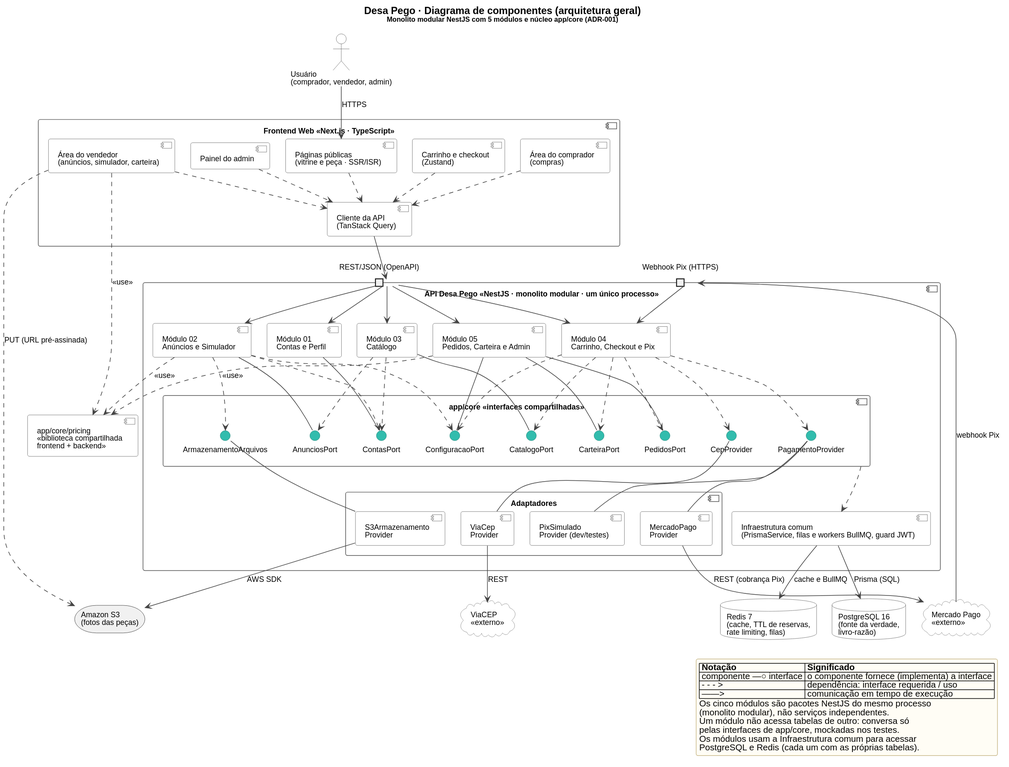
mariaclarapma/Desa-Pego keeps this PlantUML diagram as docs/uml/componentes/componentes-desa-pego.svg. Above is the earlier version. The source it was exported from:
```plantuml
@startuml
!include ../_estilo.iuml
set separator none
title Desa Pego · Diagrama de componentes (arquitetura geral)\n<size:11>Monolito modular NestJS com 5 módulos e núcleo app/core (ADR-001)</size>
skinparam componentStyle uml2
skinparam nodesep 25
skinparam ranksep 45

actor "Usuário\n(comprador, vendedor, admin)" as USR

component "Frontend Web «Next.js · TypeScript»" as FE {
  component "Páginas públicas\n(vitrine e peça · SSR/ISR)" as FE_PUB
  component "Carrinho e checkout\n(Zustand)" as FE_CHK
  component "Área do comprador\n(compras)" as FE_COMP
  component "Área do vendedor\n(anúncios, simulador, carteira)" as FE_VEND
  component "Painel do admin" as FE_ADM
  component "Cliente da API\n(TanStack Query)" as FE_API
}

component "app/core/pricing\n«biblioteca compartilhada\nfrontend + backend»" as PRICING

cloud "Mercado Pago\n«externo»" as MP

component "API Desa Pego «NestJS · monolito modular · um único processo»" as API {
  portin "REST/JSON (OpenAPI)" as P_REST
  portin "Webhook Pix (HTTPS)" as P_WH

  component "Módulo 01\nContas e Perfil" as M1
  component "Módulo 02\nAnúncios e Simulador" as M2
  component "Módulo 03\nCatálogo" as M3
  component "Módulo 04\nCarrinho, Checkout e Pix" as M4
  component "Módulo 05\nPedidos, Carteira e Admin" as M5

  component "app/core «interfaces compartilhadas»" as CORE {
    interface "ContasPort" as I_CONTAS
    interface "AnunciosPort" as I_ANUN
    interface "CatalogoPort" as I_CAT
    interface "PedidosPort" as I_PED
    interface "CarteiraPort" as I_CART
    interface "ConfiguracaoPort" as I_CONF
    interface "ArmazenamentoArquivos" as I_ARM
    interface "PagamentoProvider" as I_PAG
    interface "CepProvider" as I_CEP
  }

  component "Adaptadores" as ADP {
    component "S3Armazenamento\nProvider" as A_S3
    component "MercadoPago\nProvider" as A_MP
    component "PixSimulado\nProvider (dev/testes)" as A_SIM
    component "ViaCep\nProvider" as A_CEP
  }

  component "Infraestrutura comum\n(PrismaService, filas e workers BullMQ, guard JWT)" as INFRA
}

database "PostgreSQL 16\n(fonte da verdade,\nlivro-razão)" as PG
database "Redis 7\n(cache, TTL de reservas,\nrate limiting, filas)" as REDIS
storage "Amazon S3\n(fotos das peças)" as S3
cloud "ViaCEP\n«externo»" as VIACEP

USR --> FE_PUB : HTTPS
FE_PUB ..> FE_API
FE_CHK ..> FE_API
FE_COMP ..> FE_API
FE_VEND ..> FE_API
FE_ADM ..> FE_API
FE_VEND ..> PRICING : <<use>>
FE_VEND ..> S3 : PUT (URL pré-assinada)
FE_API --> P_REST

P_REST --> M1
P_REST --> M2
P_REST --> M3
P_REST --> M4
P_REST --> M5
MP --> P_WH : webhook Pix
P_WH --> M4

M1 -- I_CONTAS
M2 -- I_ANUN
M3 -- I_CAT
M5 -- I_PED
M5 -- I_CART
M5 -- I_CONF

M2 ..> I_CONTAS
M3 ..> I_CONTAS
M3 ..> I_ANUN
M2 ..> I_CONF
M4 ..> I_CAT
M4 ..> I_PED
M4 ..> I_CART
M4 ..> I_CONF
M2 ..> I_ARM
M4 ..> I_PAG
M4 ..> I_CEP
M2 ..> PRICING : <<use>>
M5 ..> PRICING : <<use>>

I_ARM -- A_S3
I_PAG -- A_MP
I_PAG -- A_SIM
I_CEP -- A_CEP

CORE ..> INFRA
A_S3 --> S3 : AWS SDK
A_MP --> MP : REST (cobrança Pix)
A_CEP --> VIACEP : REST
INFRA --> PG : Prisma (SQL)
INFRA --> REDIS : cache e BullMQ

legend bottom right
  |= Notação |= Significado |
  | componente —○ interface | o componente fornece (implementa) a interface |
  | - - - > | dependência: interface requerida / uso |
  | ——> | comunicação em tempo de execução |
  Os cinco módulos são pacotes NestJS do mesmo processo
  (monolito modular), não serviços independentes.
  Um módulo não acessa tabelas de outro: conversa só
  pelas interfaces de app/core, mockadas nos testes.
  Os módulos usam a Infraestrutura comum para acessar
  PostgreSQL e Redis (cada um com as próprias tabelas).
endlegend
@enduml
```
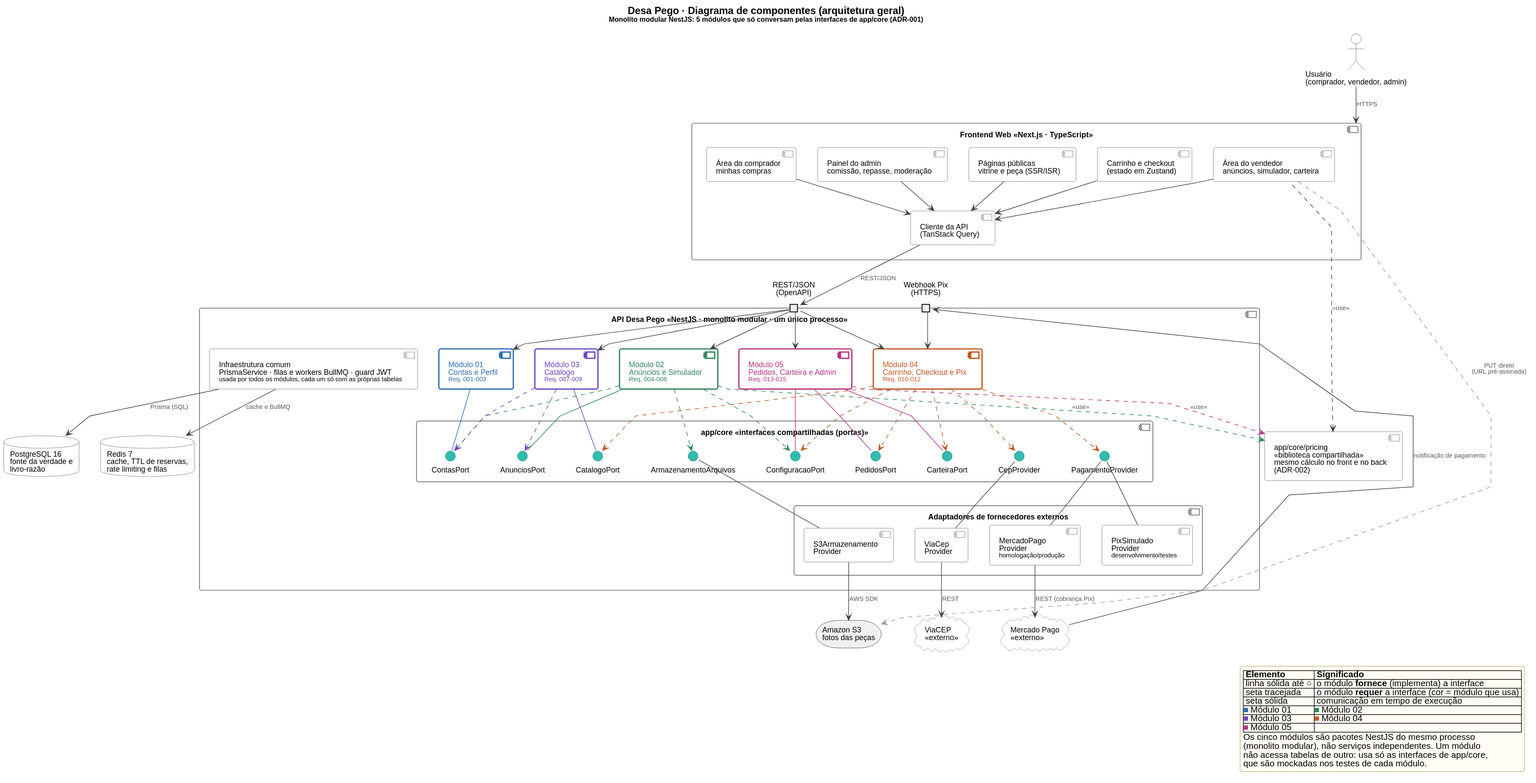
After the change.

Commit message:
docs(uml): melhora a legibilidade dos diagramas de componentes e implantação

Diff of the diagram source:
```diff
@@ -1,124 +1,139 @@
 @startuml
 !include ../_estilo.iuml
 set separator none
-title Desa Pego · Diagrama de componentes (arquitetura geral)\n<size:11>Monolito modular NestJS com 5 módulos e núcleo app/core (ADR-001)</size>
+title Desa Pego · Diagrama de componentes (arquitetura geral)\n<size:11>Monolito modular NestJS: 5 módulos que só conversam pelas interfaces de app/core (ADR-001)</size>
 skinparam componentStyle uml2
-skinparam nodesep 25
-skinparam ranksep 45
+skinparam nodesep 34
+skinparam ranksep 46
+skinparam linetype polyline
+skinparam ArrowFontSize 10
+skinparam ArrowFontColor #555555
+
+!$m1 = "#2B6CB0"
+!$m2 = "#2F855A"
+!$m3 = "#6B46C1"
+!$m4 = "#C05621"
+!$m5 = "#B83280"
+!$cinza = "#9A9A9A"
 
 actor "Usuário\n(comprador, vendedor, admin)" as USR
 
-component "Frontend Web «Next.js · TypeScript»" as FE {
-  component "Páginas públicas\n(vitrine e peça · SSR/ISR)" as FE_PUB
-  component "Carrinho e checkout\n(Zustand)" as FE_CHK
-  component "Área do comprador\n(compras)" as FE_COMP
-  component "Área do vendedor\n(anúncios, simulador, carteira)" as FE_VEND
-  component "Painel do admin" as FE_ADM
+component "Frontend Web  «Next.js · TypeScript»" as FE {
+  component "Páginas públicas\nvitrine e peça (SSR/ISR)" as FE_PUB
+  component "Carrinho e checkout\n(estado em Zustand)" as FE_CHK
+  component "Área do comprador\nminhas compras" as FE_COMP
+  component "Área do vendedor\nanúncios, simulador, carteira" as FE_VEND
+  component "Painel do admin\ncomissão, repasse, moderação" as FE_ADM
   component "Cliente da API\n(TanStack Query)" as FE_API
 }
 
-component "app/core/pricing\n«biblioteca compartilhada\nfrontend + backend»" as PRICING
+component "app/core/pricing\n«biblioteca compartilhada»\nmesmo cálculo no front e no back\n(ADR-002)" as PRICING
 
-cloud "Mercado Pago\n«externo»" as MP
+component "API Desa Pego  «NestJS · monolito modular · um único processo»" as API {
+  portin "REST/JSON\n(OpenAPI)" as P_REST
+  portin "Webhook Pix\n(HTTPS)" as P_WH
 
-component "API Desa Pego «NestJS · monolito modular · um único processo»" as API {
-  portin "REST/JSON (OpenAPI)" as P_REST
-  portin "Webhook Pix (HTTPS)" as P_WH
+  component "Módulo 01\nContas e Perfil\n<size:10>Req. 001-003</size>" as M1 #white;line:2B6CB0;line.bold;text:2B6CB0
+  component "Módulo 02\nAnúncios e Simulador\n<size:10>Req. 004-006</size>" as M2 #white;line:2F855A;line.bold;text:2F855A
+  component "Módulo 03\nCatálogo\n<size:10>Req. 007-009</size>" as M3 #white;line:6B46C1;line.bold;text:6B46C1
+  component "Módulo 04\nCarrinho, Checkout e Pix\n<size:10>Req. 010-012</size>" as M4 #white;line:C05621;line.bold;text:C05621
+  component "Módulo 05\nPedidos, Carteira e Admin\n<size:10>Req. 013-015</size>" as M5 #white;line:B83280;line.bold;text:B83280
 
-  component "Módulo 01\nContas e Perfil" as M1
-  component "Módulo 02\nAnúncios e Simulador" as M2
-  component "Módulo 03\nCatálogo" as M3
-  component "Módulo 04\nCarrinho, Checkout e Pix" as M4
-  component "Módulo 05\nPedidos, Carteira e Admin" as M5
-
-  component "app/core «interfaces compartilhadas»" as CORE {
+  component "app/core  «interfaces compartilhadas (portas)»" as CORE {
     interface "ContasPort" as I_CONTAS
+    interface "ArmazenamentoArquivos" as I_ARM
     interface "AnunciosPort" as I_ANUN
     interface "CatalogoPort" as I_CAT
+    interface "CepProvider" as I_CEP
+    interface "PagamentoProvider" as I_PAG
     interface "PedidosPort" as I_PED
     interface "CarteiraPort" as I_CART
     interface "ConfiguracaoPort" as I_CONF
-    interface "ArmazenamentoArquivos" as I_ARM
-    interface "PagamentoProvider" as I_PAG
-    interface "CepProvider" as I_CEP
   }
 
-  component "Adaptadores" as ADP {
+  component "Adaptadores de fornecedores externos" as ADP {
     component "S3Armazenamento\nProvider" as A_S3
-    component "MercadoPago\nProvider" as A_MP
-    component "PixSimulado\nProvider (dev/testes)" as A_SIM
     component "ViaCep\nProvider" as A_CEP
+    component "MercadoPago\nProvider\n<size:10>homologação/produção</size>" as A_MP
+    component "PixSimulado\nProvider\n<size:10>desenvolvimento/testes</size>" as A_SIM
   }
 
-  component "Infraestrutura comum\n(PrismaService, filas e workers BullMQ, guard JWT)" as INFRA
+  component "Infraestrutura comum\nPrismaService · filas e workers BullMQ · guard JWT\n<size:10>usada por todos os módulos, cada um só com as próprias tabelas</size>" as INFRA
 }
 
-database "PostgreSQL 16\n(fonte da verdade,\nlivro-razão)" as PG
-database "Redis 7\n(cache, TTL de reservas,\nrate limiting, filas)" as REDIS
-storage "Amazon S3\n(fotos das peças)" as S3
+storage "Amazon S3\nfotos das peças" as S3
 cloud "ViaCEP\n«externo»" as VIACEP
+cloud "Mercado Pago\n«externo»" as MP
+database "PostgreSQL 16\nfonte da verdade e\nlivro-razão" as PG
+database "Redis 7\ncache, TTL de reservas,\nrate limiting e filas" as REDIS
 
-USR --> FE_PUB : HTTPS
-FE_PUB ..> FE_API
-FE_CHK ..> FE_API
-FE_COMP ..> FE_API
-FE_VEND ..> FE_API
-FE_ADM ..> FE_API
-FE_VEND ..> PRICING : <<use>>
-FE_VEND ..> S3 : PUT (URL pré-assinada)
-FE_API --> P_REST
+M1 -[hidden]right- M2
+M2 -[hidden]right- M3
+M3 -[hidden]right- M4
+M4 -[hidden]right- M5
 
-P_REST --> M1
-P_REST --> M2
-P_REST --> M3
-P_REST --> M4
-P_REST --> M5
-MP --> P_WH : webhook Pix
-P_WH --> M4
+USR -down-> FE : HTTPS
+FE_PUB -down-> FE_API
+FE_CHK -down-> FE_API
+FE_COMP -down-> FE_API
+FE_VEND -down-> FE_API
+FE_ADM -down-> FE_API
+FE_VEND .left.> PRICING : <<use>>
+FE_API -down-> P_REST : REST/JSON
 
-M1 -- I_CONTAS
-M2 -- I_ANUN
-M3 -- I_CAT
-M5 -- I_PED
-M5 -- I_CART
-M5 -- I_CONF
+P_REST -down-> M1
+P_REST -down-> M2
+P_REST -down-> M3
+P_REST -down-> M4
+P_REST -down-> M5
+MP -[norank]-> P_WH : notificação de pagamento
+P_WH -down-> M4
 
-M2 ..> I_CONTAS
-M3 ..> I_CONTAS
-M3 ..> I_ANUN
-M2 ..> I_CONF
-M4 ..> I_CAT
-M4 ..> I_PED
-M4 ..> I_CART
-M4 ..> I_CONF
-M2 ..> I_ARM
-M4 ..> I_PAG
-M4 ..> I_CEP
-M2 ..> PRICING : <<use>>
-M5 ..> PRICING : <<use>>
+M1 -[$m1]- I_CONTAS
+M2 -[$m2]- I_ANUN
+M3 -[$m3]- I_CAT
+M5 -[$m5]- I_PED
+M5 -[$m5]- I_CART
+M5 -[$m5]- I_CONF
 
-I_ARM -- A_S3
-I_PAG -- A_MP
-I_PAG -- A_SIM
-I_CEP -- A_CEP
+M2 .[$m2].> I_CONTAS
+M2 .[$m2].> I_ARM
+M2 .[$m2].> I_CONF
+M3 .[$m3].> I_CONTAS
+M3 .[$m3].> I_ANUN
+M4 .[$m4].> I_CAT
+M4 .[$m4].> I_CEP
+M4 .[$m4].> I_PAG
+M4 .[$m4].> I_PED
+M4 .[$m4].> I_CART
+M4 .[$m4].> I_CONF
+M2 .[$m2].> PRICING : <<use>>
+M5 .[$m5].> PRICING : <<use>>
 
-CORE ..> INFRA
-A_S3 --> S3 : AWS SDK
-A_MP --> MP : REST (cobrança Pix)
-A_CEP --> VIACEP : REST
-INFRA --> PG : Prisma (SQL)
-INFRA --> REDIS : cache e BullMQ
+I_ARM -down- A_S3
+I_CEP -down- A_CEP
+I_PAG -down- A_MP
+I_PAG -down- A_SIM
+
+A_S3 -down-> S3 : AWS SDK
+A_CEP -down-> VIACEP : REST
+A_MP -down-> MP : REST (cobrança Pix)
+INFRA -down-> PG : Prisma (SQL)
+INFRA -down-> REDIS : cache e BullMQ
+FE_VEND .[#9A9A9A,norank].> S3 : PUT direto\n(URL pré-assinada)
+
 
 legend bottom right
-  |= Notação |= Significado |
-  | componente —○ interface | o componente fornece (implementa) a interface |
-  | - - - > | dependência: interface requerida / uso |
-  | ——> | comunicação em tempo de execução |
+  |= Elemento |= Significado |
+  | linha sólida até ○ | o módulo **fornece** (implementa) a interface |
+  | seta tracejada | o módulo **requer** a interface (cor = módulo que usa) |
+  | seta sólida | comunicação em tempo de execução |
+  |<color:#2B6CB0>■</color> Módulo 01 |<color:#2F855A>■</color> Módulo 02 |
+  |<color:#6B46C1>■</color> Módulo 03 |<color:#C05621>■</color> Módulo 04 |
+  |<color:#B83280>■</color> Módulo 05 | |
   Os cinco módulos são pacotes NestJS do mesmo processo
-  (monolito modular), não serviços independentes.
-  Um módulo não acessa tabelas de outro: conversa só
-  pelas interfaces de app/core, mockadas nos testes.
-  Os módulos usam a Infraestrutura comum para acessar
-  PostgreSQL e Redis (cada um com as próprias tabelas).
+  (monolito modular), não serviços independentes. Um módulo
+  não acessa tabelas de outro: usa só as interfaces de app/core,
+  que são mockadas nos testes de cada módulo.
 endlegend
 @enduml
```
